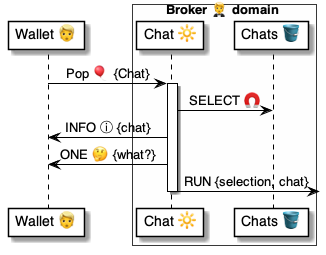
The PlantUML diagram 4 ⚙️ Solution/20 🧑‍🦰 UI/Brokers 🤵/🤵😃 Broker talkers/PopChat 💬 talker/Chat/🤵 PopChat ⚙️ uml.png in pollyweb-org/pollyweb-docs, before a commit. Its source is kept beside it as 4 ⚙️ Solution/20 🧑‍🦰 UI/Brokers 🤵/🤵😃 Broker talkers/PopChat 💬 talker/Chat/🤵 PopChat ⚙️ uml.puml. The source it was exported from:
```plantuml
@startuml PopChat

participant "Wallet 👱" as wallet
box Broker 🤵 domain #FFFFFA
    participant "Chat 🔆" as popped
    participant "Chats 🪣" as chats
end box

wallet -> popped: Pop 🎈 {Chat}


activate popped
    popped -> chats: SELECT 🧲
    popped -> wallet: INFO ⓘ {chat}
    popped -> wallet: ONE 🤔 {what?}
    popped -> : RUN {selection, chat}
deactivate popped

@enduml
```
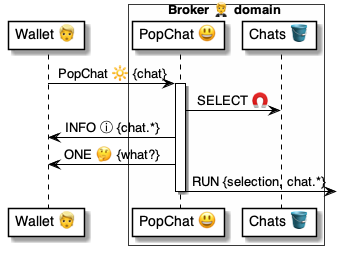
Later version of the same file.

Diff of the diagram source:
```diff
@@ -2,18 +2,18 @@
 
 participant "Wallet 👱" as wallet
 box Broker 🤵 domain #FFFFFA
-    participant "Chat 🔆" as popped
+    participant "PopChat 😃" as popped
     participant "Chats 🪣" as chats
 end box
 
-wallet -> popped: Pop 🎈 {Chat}
+wallet -> popped: PopChat 🔆 {chat}
 
 
 activate popped
     popped -> chats: SELECT 🧲
-    popped -> wallet: INFO ⓘ {chat}
+    popped -> wallet: INFO ⓘ {chat.*}
     popped -> wallet: ONE 🤔 {what?}
-    popped -> : RUN {selection, chat}
+    popped -> : RUN {selection, chat.*}
 deactivate popped
 
 @enduml
```
